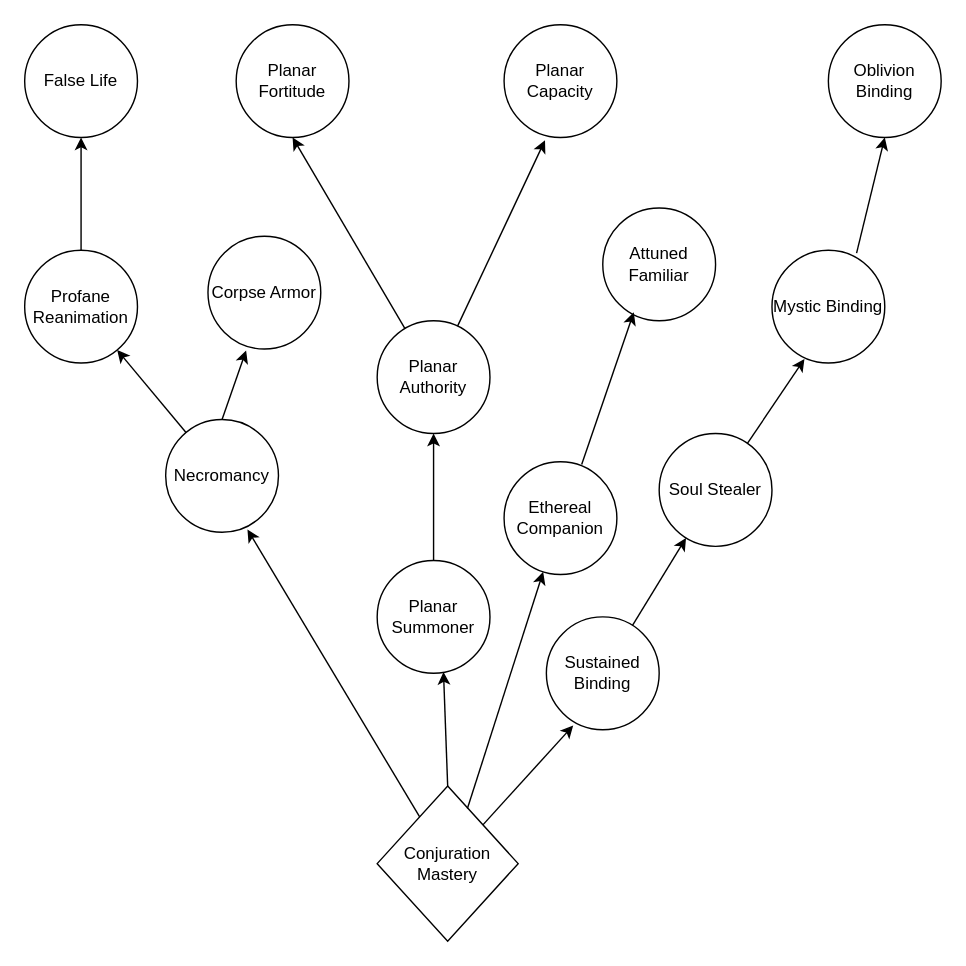
Above: lath_docs/conjuration/tree-conjuration.drawio.xml in wellington364868/lath_legendsofaetherius (draw.io), before the change. Source tidied: cells renumbered, new cells numbered last; positions are measured from the earlier drawing's top-left corner, leaving out a move shared by most shapes. Both pictures are drawn from the tidied source at 141%, with x=0, y=0 at pixel (24, 24).
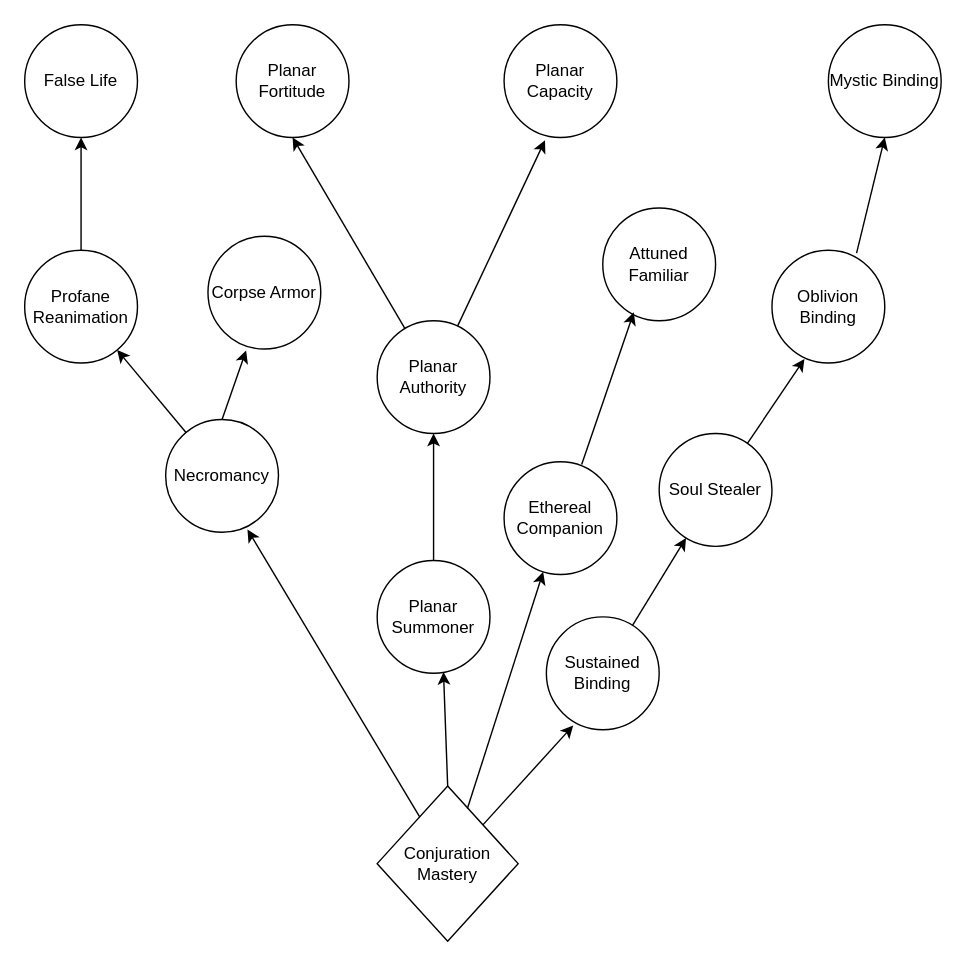
After the change.

Commit message (it also covers changes not shown here):
atualização nos modelos conceituais da arvore de conjuration versao 1.0

What changed in the source:
```diff
@@
-    <mxCell id="23" value="Mystic Binding" style="ellipse;whiteSpace=wrap;html=1;" parent="1" vertex="1">
+    <mxCell id="23" value="Oblivion Binding" style="ellipse;whiteSpace=wrap;html=1;" parent="1" vertex="1">
       <mxGeometry x="530" y="160" width="80" height="80" as="geometry" />
     </mxCell>
-    <mxCell id="24" value="Oblivion Binding" style="ellipse;whiteSpace=wrap;html=1;" parent="1" vertex="1">
+    <mxCell id="24" value="Mystic Binding" style="ellipse;whiteSpace=wrap;html=1;" parent="1" vertex="1">
       <mxGeometry x="570" width="80" height="80" as="geometry" />
     </mxCell>
```
